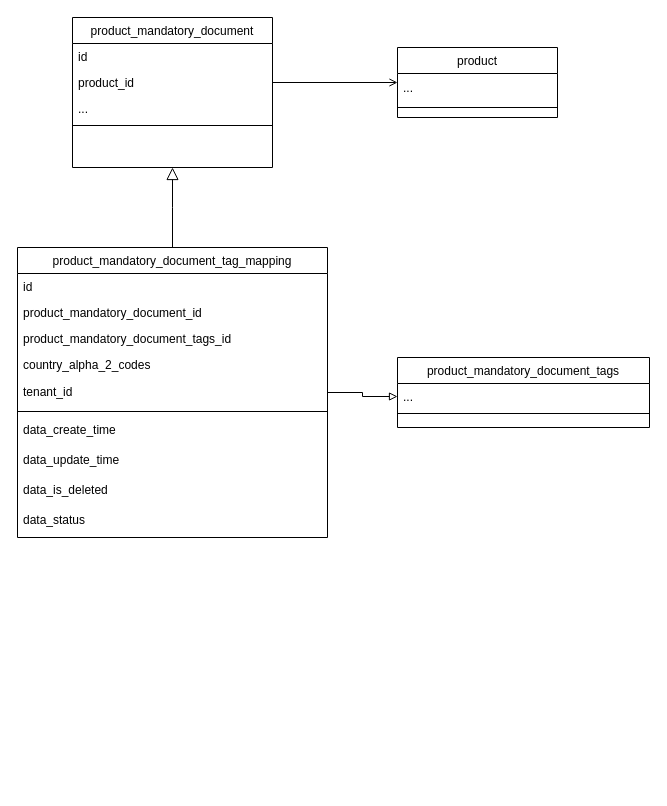
huaPeiLiang/online keeps this draw.io diagram as Mandatory Tag.drawio. Above is the earlier version. Source tidied: cells renumbered, new cells numbered last; positions are measured from the earlier drawing's top-left corner, leaving out a move shared by most shapes. Both pictures are drawn from the tidied source at 100%, with x=0, y=0 at pixel (17, 17).
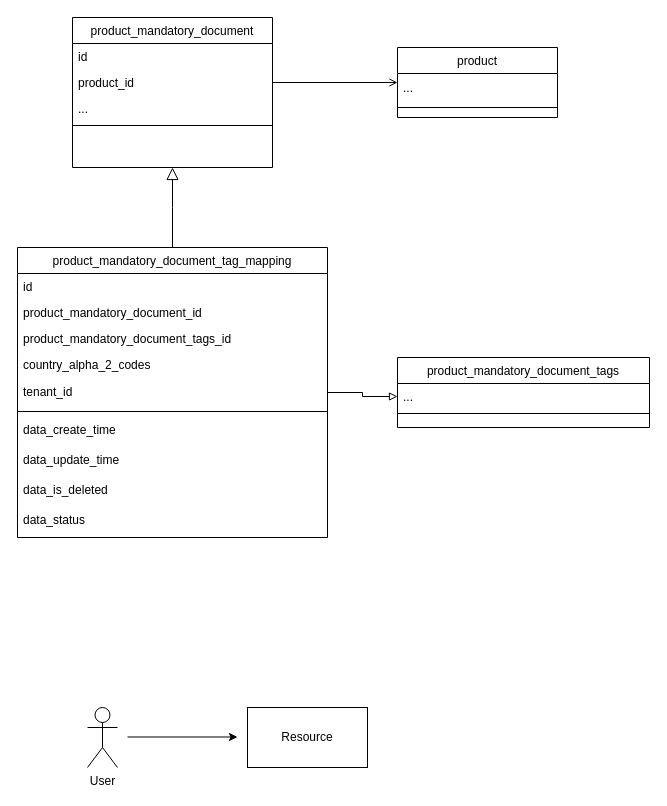
The same diagram, later.

The edit, as a diff of the source:
```diff
@@
+    <mxCell id="27" value="User" style="shape=umlActor;verticalLabelPosition=bottom;verticalAlign=top;html=1;" parent="1" vertex="1">
+      <mxGeometry x="70" y="690" width="30" height="60" as="geometry" />
+    </mxCell>
+    <mxCell id="28" value="Resource" style="rounded=0;whiteSpace=wrap;html=1;" parent="1" vertex="1">
+      <mxGeometry x="230" y="690" width="120" height="60" as="geometry" />
+    </mxCell>
+    <mxCell id="29" style="endArrow=classic;html=1;rounded=0;" parent="1" edge="1">
+      <mxGeometry relative="1" as="geometry">
+        <mxPoint x="110" y="719.5" as="sourcePoint" />
+        <mxPoint x="220" y="719.5" as="targetPoint" />
+      </mxGeometry>
+    </mxCell>
```
